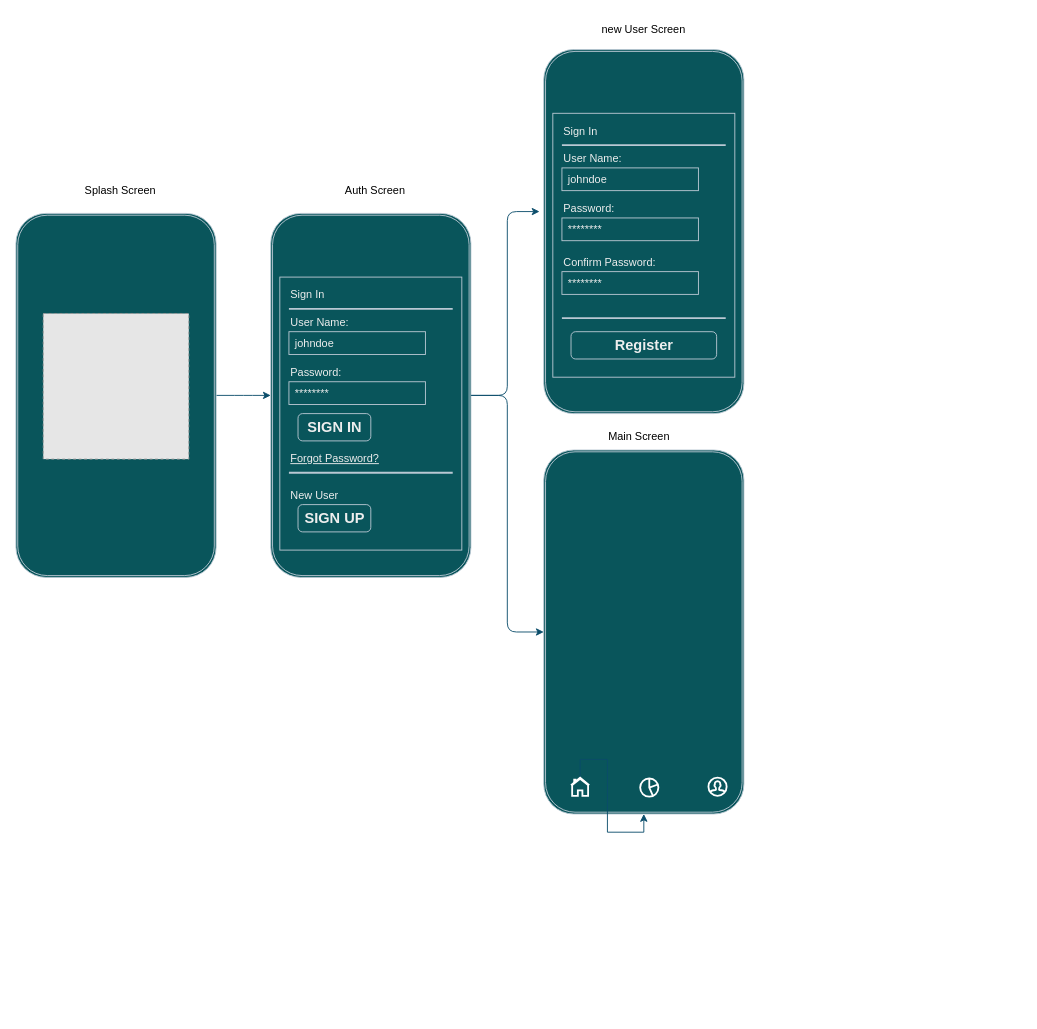
Before: Діаграма без назви.drawio in KalashnikovVolodymyr/flutter_laba_project, a draw.io diagram. Source tidied: cells renumbered, new cells numbered last; positions are measured from the earlier drawing's top-left corner, leaving out a move shared by most shapes. Both pictures are drawn from the tidied source at 91%, with x=0, y=0 at pixel (15, 15). Pictures stored in the file or linked from it are replaced by grey dashed boxes.
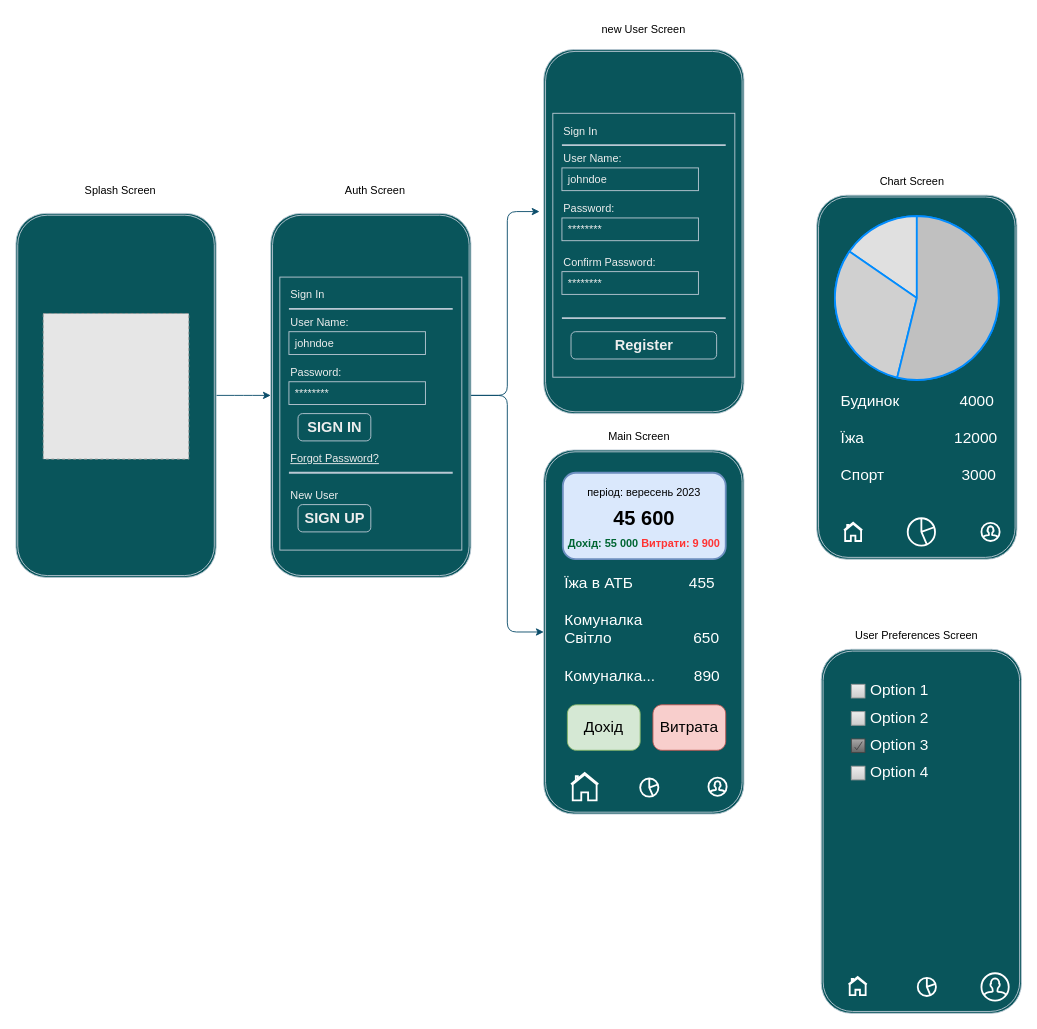
The same page after the edit.

Unchanged cells that the change refers to:
```xml
<mxCell id="22" style="shape=ext;double=1;rounded=1;whiteSpace=wrap;html=1;labelBackgroundColor=none;fillColor=#09555B;strokeColor=#BAC8D3;fontColor=#EEEEEE;" parent="1" vertex="1">
  <mxGeometry x="580" y="477" width="220" height="400" as="geometry" />
</mxCell>
```

Change to the diagram source:
```diff
@@
-    <mxCell id="37" style="edgeStyle=orthogonalEdgeStyle;rounded=0;jettySize=auto;html=1;strokeColor=#0B4D6A;" parent="1" edge="1" source="38" target="22">
-      <mxGeometry relative="1" as="geometry" />
-    </mxCell>
     <mxCell id="38" style="html=1;verticalLabelPosition=bottom;align=center;labelBackgroundColor=#ffffff;verticalAlign=top;strokeWidth=2;strokeColor=#FFFFFF;shadow=0;dashed=0;shape=mxgraph.ios7.icons.home;fontColor=#EEEEEE;fillColor=#09555B;labelBorderColor=none;" parent="1" vertex="1">
-      <mxGeometry x="610" y="837" width="20" height="20" as="geometry" />
+      <mxGeometry x="610" y="832" width="30" height="30" as="geometry" />
     </mxCell>
@@
+    <mxCell id="41" style="shape=ext;double=1;rounded=1;whiteSpace=wrap;html=1;labelBackgroundColor=none;fillColor=#09555B;strokeColor=#BAC8D3;fontColor=#EEEEEE;" parent="1" vertex="1">
+      <mxGeometry x="880" y="197" width="220" height="400" as="geometry" />
+    </mxCell>
+    <mxCell id="42" value="Chart Screen" style="text;html=1;strokeColor=none;fillColor=none;align=center;verticalAlign=middle;whiteSpace=wrap;rounded=1;labelBackgroundColor=none;fontColor=#000000;" parent="1" vertex="1">
+      <mxGeometry x="890" y="167" width="190" height="30" as="geometry" />
+    </mxCell>
+    <mxCell id="43" style="html=1;verticalLabelPosition=bottom;align=center;labelBackgroundColor=#ffffff;verticalAlign=top;strokeWidth=2;strokeColor=#FFFFFF;shadow=0;dashed=0;shape=mxgraph.ios7.icons.home;fontColor=#EEEEEE;fillColor=#09555B;labelBorderColor=none;" parent="1" vertex="1">
+      <mxGeometry x="910" y="557" width="20" height="20" as="geometry" />
+    </mxCell>
+    <mxCell id="44" style="html=1;verticalLabelPosition=bottom;align=center;labelBackgroundColor=#ffffff;verticalAlign=top;strokeWidth=2;strokeColor=#FFFFFF;shadow=0;dashed=0;shape=mxgraph.ios7.icons.user;fontColor=#EEEEEE;fillColor=#09555B;" parent="1" vertex="1">
+      <mxGeometry x="1061" y="557" width="20" height="20" as="geometry" />
+    </mxCell>
+    <mxCell id="45" style="html=1;verticalLabelPosition=bottom;align=center;labelBackgroundColor=#ffffff;verticalAlign=top;strokeWidth=2;strokeColor=#FFFFFF;shadow=0;dashed=0;shape=mxgraph.ios7.icons.pie_chart;fontColor=#EEEEEE;fillColor=#09555B;" parent="1" vertex="1">
+      <mxGeometry x="980" y="552" width="30" height="30" as="geometry" />
+    </mxCell>
+    <mxCell id="46" style="shape=ext;double=1;rounded=1;whiteSpace=wrap;html=1;labelBackgroundColor=none;fillColor=#09555B;strokeColor=#BAC8D3;fontColor=#EEEEEE;" parent="1" vertex="1">
+      <mxGeometry x="885" y="696" width="220" height="400" as="geometry" />
+    </mxCell>
+    <mxCell id="47" value="User Preferences Screen" style="text;html=1;strokeColor=none;fillColor=none;align=center;verticalAlign=middle;whiteSpace=wrap;rounded=1;labelBackgroundColor=none;fontColor=#000000;" parent="1" vertex="1">
+      <mxGeometry x="895" y="666" width="190" height="30" as="geometry" />
+    </mxCell>
+    <mxCell id="48" style="html=1;verticalLabelPosition=bottom;align=center;labelBackgroundColor=#ffffff;verticalAlign=top;strokeWidth=2;strokeColor=#FFFFFF;shadow=0;dashed=0;shape=mxgraph.ios7.icons.home;fontColor=#EEEEEE;fillColor=#09555B;labelBorderColor=none;" parent="1" vertex="1">
+      <mxGeometry x="915" y="1056" width="20" height="20" as="geometry" />
+    </mxCell>
+    <mxCell id="49" style="html=1;verticalLabelPosition=bottom;align=center;labelBackgroundColor=#ffffff;verticalAlign=top;strokeWidth=2;strokeColor=#FFFFFF;shadow=0;dashed=0;shape=mxgraph.ios7.icons.user;fontColor=#EEEEEE;fillColor=#09555B;" parent="1" vertex="1">
+      <mxGeometry x="1061" y="1052" width="30" height="30" as="geometry" />
+    </mxCell>
+    <mxCell id="50" style="html=1;verticalLabelPosition=bottom;align=center;labelBackgroundColor=#ffffff;verticalAlign=top;strokeWidth=2;strokeColor=#FFFFFF;shadow=0;dashed=0;shape=mxgraph.ios7.icons.pie_chart;fontColor=#EEEEEE;fillColor=#09555B;" parent="1" vertex="1">
+      <mxGeometry x="991" y="1057" width="20" height="20" as="geometry" />
+    </mxCell>
+    <mxCell id="51" style="verticalLabelPosition=bottom;shadow=0;dashed=0;align=center;html=1;verticalAlign=top;strokeWidth=1;shape=mxgraph.mockup.graphics.pieChart;strokeColor=#008cff;parts=10,20,35;partColors=#e0e0e0,#d0d0d0,#c0c0c0,#b0b0b0,#a0a0a0;strokeWidth=2;fontColor=#EEEEEE;fillColor=#09555B;" parent="1" vertex="1">
+      <mxGeometry x="900" y="220" width="180" height="180" as="geometry" />
+    </mxCell>
+    <mxCell id="52" value="&amp;nbsp;Будинок&amp;nbsp; &amp;nbsp; &amp;nbsp; &amp;nbsp; &amp;nbsp; &amp;nbsp; &amp;nbsp; 4000&lt;br&gt;&amp;nbsp; &amp;nbsp; &amp;nbsp; &amp;nbsp;&amp;nbsp;&lt;br&gt;&amp;nbsp;Їжа&amp;nbsp; &amp;nbsp; &amp;nbsp; &amp;nbsp; &amp;nbsp; &amp;nbsp; &amp;nbsp; &amp;nbsp; &amp;nbsp; &amp;nbsp; &amp;nbsp;12000&lt;br&gt;&lt;br&gt;&amp;nbsp;Спорт&amp;nbsp; &amp;nbsp; &amp;nbsp; &amp;nbsp; &amp;nbsp; &amp;nbsp; &amp;nbsp; &amp;nbsp; &amp;nbsp; 3000" style="strokeWidth=1;shadow=0;dashed=0;align=center;html=1;shape=mxgraph.mockup.text.bulletedList;textColor=#666666;mainText=,,,,;textSize=17;bulletStyle=none;strokeColor=none;fillColor=none;align=left;verticalAlign=top;fontSize=17;fontColor=#FFFFFF;" parent="1" vertex="1">
+      <mxGeometry x="900" y="407" width="180" height="120" as="geometry" />
+    </mxCell>
+    <mxCell id="53" value="Їжа в АТБ&amp;nbsp; &amp;nbsp; &amp;nbsp; &amp;nbsp; &amp;nbsp; &amp;nbsp; &amp;nbsp;455&lt;br&gt;&amp;nbsp; &amp;nbsp; &amp;nbsp; &amp;nbsp;&amp;nbsp;&lt;br&gt;Комуналка &lt;br&gt;Світло&amp;nbsp; &amp;nbsp; &amp;nbsp; &amp;nbsp; &amp;nbsp; &amp;nbsp; &amp;nbsp; &amp;nbsp; &amp;nbsp; &amp;nbsp;650&lt;br&gt;&lt;br&gt;Комуналка...&amp;nbsp; &amp;nbsp; &amp;nbsp; &amp;nbsp; &amp;nbsp;890" style="strokeWidth=1;shadow=0;dashed=0;align=center;html=1;shape=mxgraph.mockup.text.bulletedList;textColor=#666666;mainText=,,,,;textSize=17;bulletStyle=none;strokeColor=none;fillColor=none;align=left;verticalAlign=top;fontSize=17;fontColor=#FFFFFF;" parent="1" vertex="1">
+      <mxGeometry x="601" y="607" width="180" height="200" as="geometry" />
+    </mxCell>
+    <mxCell id="54" value="&lt;h1 style=&quot;font-size: 12px;&quot;&gt;&lt;span style=&quot;font-weight: normal; background-color: initial;&quot;&gt;період: вересень 2023&lt;/span&gt;&lt;br&gt;&lt;/h1&gt;&lt;h1 style=&quot;font-size: 25px; line-height: 30%;&quot;&gt;&lt;span style=&quot;background-color: initial; font-size: 22px;&quot;&gt;45 600&lt;/span&gt;&lt;br&gt;&lt;/h1&gt;&lt;div style=&quot;font-size: 12px;&quot;&gt;&lt;font color=&quot;#006633&quot;&gt;Дохід: 55 000&amp;nbsp;&lt;/font&gt;&lt;font color=&quot;#ff3333&quot;&gt;Витрати: 9 900&lt;/font&gt;&lt;/div&gt;" style="rounded=1;whiteSpace=wrap;html=1;labelBackgroundColor=none;labelBorderColor=none;fillColor=#dae8fc;strokeColor=#6c8ebf;strokeWidth=2;align=center;fontStyle=1;verticalAlign=top;horizontal=1;fontSize=25;" parent="1" vertex="1">
+      <mxGeometry x="601" y="502" width="179" height="95" as="geometry" />
+    </mxCell>
+    <mxCell id="55" value="&lt;span style=&quot;font-weight: normal;&quot;&gt;Дохід&lt;br&gt;&lt;/span&gt;" style="strokeWidth=1;shadow=0;dashed=0;align=center;html=1;shape=mxgraph.mockup.buttons.button;strokeColor=#82b366;mainText=;buttonStyle=round;fontSize=17;fontStyle=1;fillColor=#d5e8d4;whiteSpace=wrap;" parent="1" vertex="1">
+      <mxGeometry x="606" y="757" width="80" height="50" as="geometry" />
+    </mxCell>
+    <mxCell id="56" value="&lt;span style=&quot;font-weight: normal;&quot;&gt;Витрата&lt;/span&gt;" style="strokeWidth=1;shadow=0;dashed=0;align=center;html=1;shape=mxgraph.mockup.buttons.button;strokeColor=#b85450;mainText=;buttonStyle=round;fontSize=17;fontStyle=1;fillColor=#f8cecc;whiteSpace=wrap;" parent="1" vertex="1">
+      <mxGeometry x="700" y="757" width="80" height="50" as="geometry" />
+    </mxCell>
+    <mxCell id="57" style="strokeWidth=1;shadow=0;dashed=0;align=center;html=1;shape=mxgraph.mockup.forms.rrect;rSize=0;strokeColor=none;fillColor=none;fontColor=#FFFFFF;" parent="1" vertex="1">
+      <mxGeometry x="910" y="727" width="170" height="170" as="geometry" />
+    </mxCell>
+    <mxCell id="58" value="Option 1" style="strokeWidth=1;shadow=0;dashed=0;align=center;html=1;shape=mxgraph.mockup.forms.rrect;rSize=0;fillColor=#eeeeee;strokeColor=#999999;gradientColor=#cccccc;align=left;spacingLeft=4;fontSize=17;fontColor=#FFFFFF;labelPosition=right;" parent="57" vertex="1">
+      <mxGeometry x="8" y="7.5" width="15" height="15" as="geometry" />
+    </mxCell>
+    <mxCell id="59" value="Option 2" style="strokeWidth=1;shadow=0;dashed=0;align=center;html=1;shape=mxgraph.mockup.forms.rrect;rSize=0;fillColor=#eeeeee;strokeColor=#999999;gradientColor=#cccccc;align=left;spacingLeft=4;fontSize=17;fontColor=#FFFFFF;labelPosition=right;" parent="57" vertex="1">
+      <mxGeometry x="8" y="37.5" width="15" height="15" as="geometry" />
+    </mxCell>
+    <mxCell id="60" value="Option 3" style="strokeWidth=1;shadow=0;dashed=0;align=center;html=1;shape=mxgraph.mockup.forms.checkbox;rSize=0;fillColor=#aaaaaa;strokeColor=#444444;gradientColor=#666666;align=left;spacingLeft=4;fontSize=17;fontColor=#FFFFFF;labelPosition=right;" parent="57" vertex="1">
+      <mxGeometry x="8" y="67.5" width="15" height="15" as="geometry" />
+    </mxCell>
+    <mxCell id="61" value="Option 4" style="strokeWidth=1;shadow=0;dashed=0;align=center;html=1;shape=mxgraph.mockup.forms.rrect;rSize=0;fillColor=#eeeeee;strokeColor=#999999;gradientColor=#cccccc;align=left;spacingLeft=4;fontSize=17;fontColor=#FFFFFF;labelPosition=right;" parent="57" vertex="1">
+      <mxGeometry x="8" y="97.5" width="15" height="15" as="geometry" />
+    </mxCell>
```
